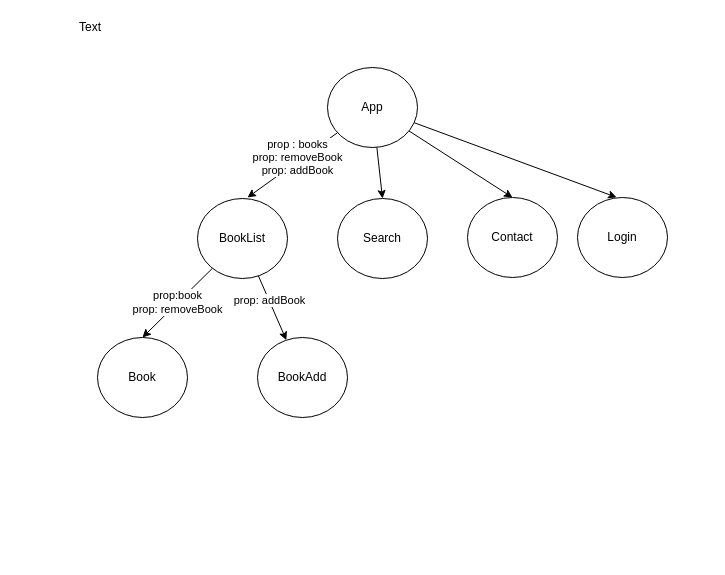
This is page "Sayfa -5" (5 of 5) of day-03/draw.drawio from zcomert/BtkAkademiDotNetBootCamp, a draw.io file, before an edit. Source tidied: cells renumbered, new cells numbered last; positions are measured from the earlier drawing's top-left corner, leaving out a move shared by most shapes. Both pictures are drawn from the tidied source at 100%, with x=0, y=0 at pixel (77, 17).
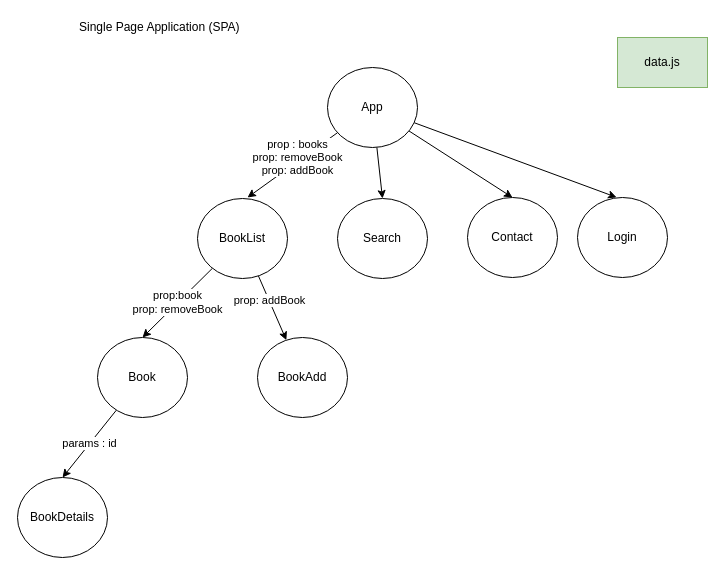
The same diagram, later.

Commit message (it also covers changes not shown here):
BookDetails have been added.

The change refers to these unchanged cells:
```xml
<mxCell id="14" value="Book" style="ellipse;whiteSpace=wrap;html=1;" parent="1" vertex="1">
  <mxGeometry x="20" y="320" width="90" height="80" as="geometry" />
</mxCell>
```

The edit, as a diff of the source:
```diff
@@
+    <mxCell id="17" value="params : id" style="edgeStyle=none;rounded=0;jettySize=auto;html=1;entryX=0.5;entryY=0;entryDx=0;entryDy=0;" parent="1" edge="1" source="14" target="18">
+      <mxGeometry relative="1" as="geometry" />
+    </mxCell>
@@
-    <mxCell id="16" value="Text" style="text;html=1;strokeColor=none;fillColor=none;align=left;verticalAlign=middle;whiteSpace=wrap;rounded=0;" parent="1" vertex="1">
+    <mxCell id="16" value="Single Page Application (SPA)" style="text;html=1;strokeColor=none;fillColor=none;align=left;verticalAlign=middle;whiteSpace=wrap;rounded=0;" parent="1" vertex="1">
       <mxGeometry width="260" height="20" as="geometry" />
     </mxCell>
+    <mxCell id="18" value="BookDetails" style="ellipse;whiteSpace=wrap;html=1;" parent="1" vertex="1">
+      <mxGeometry x="-60" y="460" width="90" height="80" as="geometry" />
+    </mxCell>
+    <mxCell id="19" value="data.js" style="rounded=0;whiteSpace=wrap;html=1;align=center;fillColor=#d5e8d4;strokeColor=#82b366;" parent="1" vertex="1">
+      <mxGeometry x="540" y="20" width="90" height="50" as="geometry" />
+    </mxCell>
```
